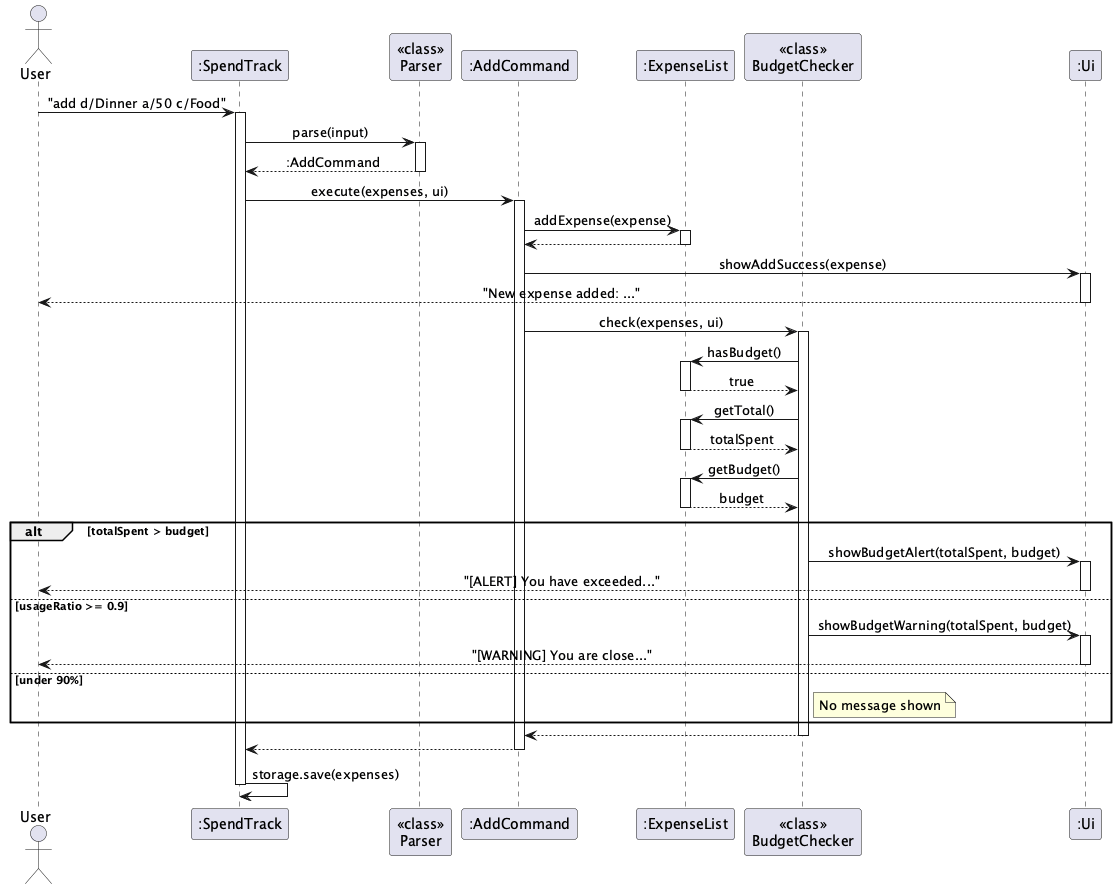
Earlier version of the PlantUML export docs/images/BudgetAlertSequence.png (AbhijitBalajee/tp).
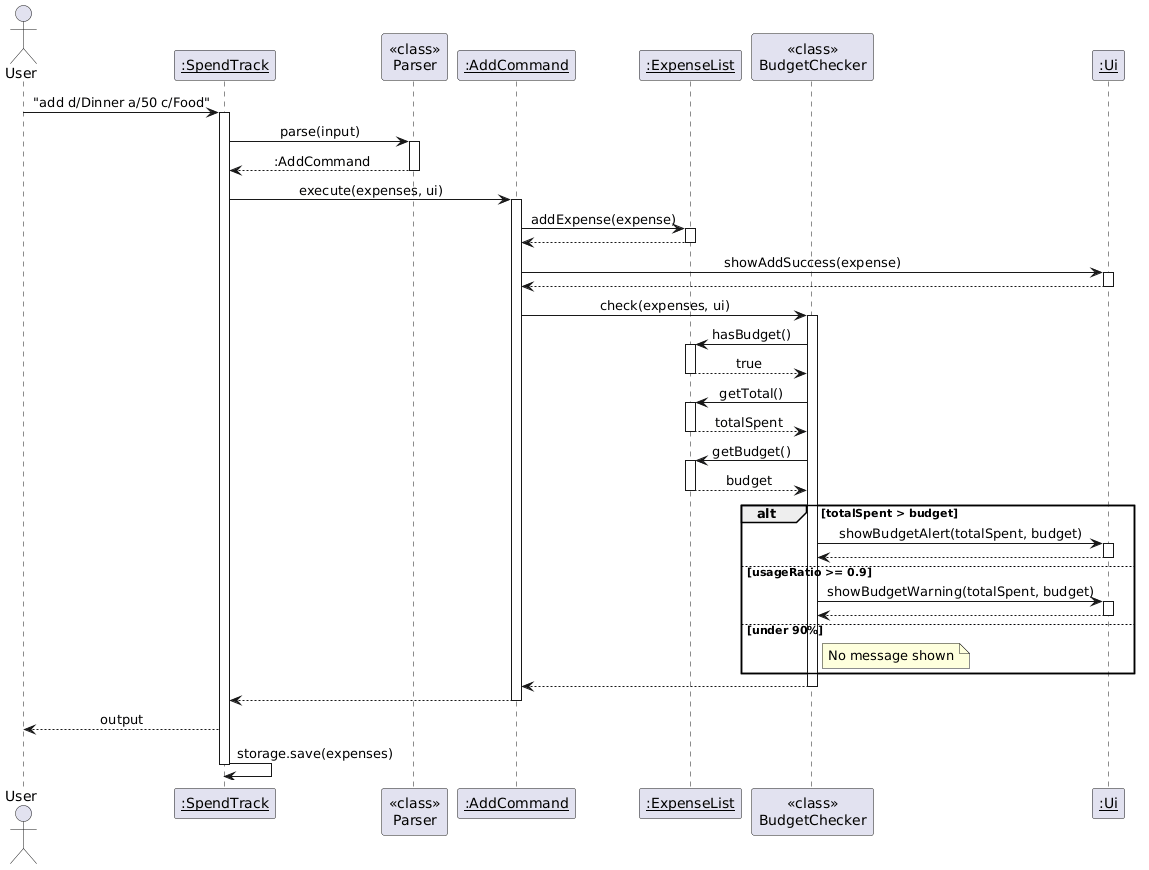
Above is the later version.

What changed in the source:
```diff
@@ -4,12 +4,12 @@
 skinparam sequenceMessageAlign center
 
 actor User
-participant ":SpendTrack" as ST
+participant "<u>:SpendTrack</u>" as ST
 participant "<<class>>\nParser" as P
-participant ":AddCommand" as AC
-participant ":ExpenseList" as EL
+participant "<u>:AddCommand</u>" as AC
+participant "<u>:ExpenseList</u>" as EL
 participant "<<class>>\nBudgetChecker" as BC
-participant ":Ui" as UI
+participant "<u>:Ui</u>" as UI
 
 User -> ST : "add d/Dinner a/50 c/Food"
 activate ST
@@ -27,7 +27,7 @@
 deactivate EL
 AC -> UI : showAddSuccess(expense)
 activate UI
-UI --> User : "New expense added: ..."
+UI --> AC
 deactivate UI
 
 AC -> BC : check(expenses, ui)
@@ -50,12 +50,12 @@
 alt totalSpent > budget
     BC -> UI : showBudgetAlert(totalSpent, budget)
     activate UI
-    UI --> User : "[ALERT] You have exceeded..."
+    UI --> BC
     deactivate UI
 else usageRatio >= 0.9
     BC -> UI : showBudgetWarning(totalSpent, budget)
     activate UI
-    UI --> User : "[WARNING] You are close..."
+    UI --> BC
     deactivate UI
 else under 90%
     note right of BC : No message shown
@@ -66,6 +66,7 @@
 AC --> ST
 deactivate AC
 
+ST --> User : output
 ST -> ST : storage.save(expenses)
 
 deactivate ST
```
